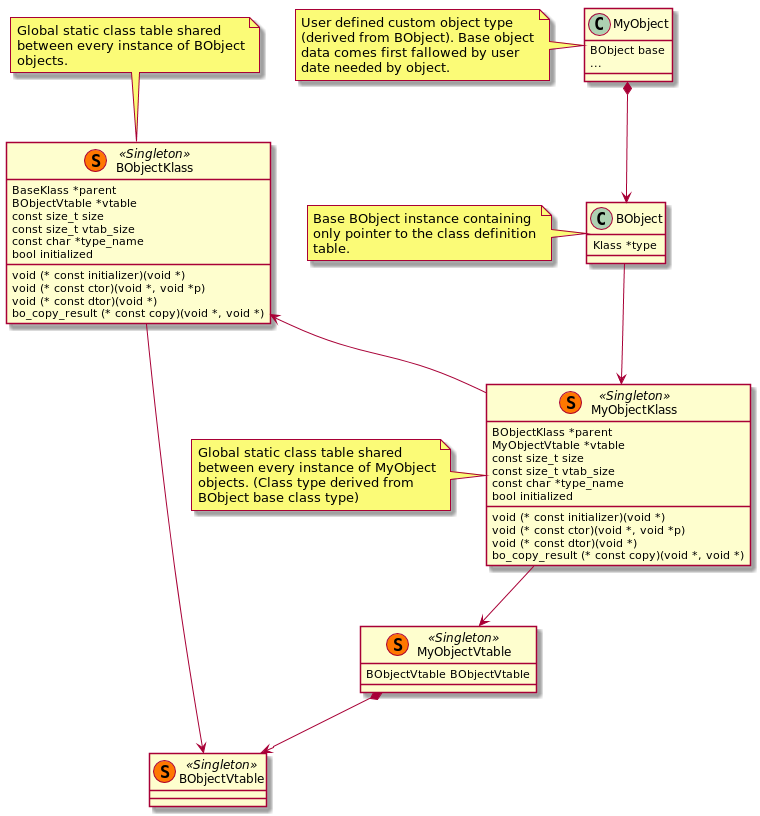
Earlier version of the PlantUML export pics/bobject.png (travisdoor/travis.github.io). Source of this version:
```plantuml
@startuml

class BObjectKlass << (S,#FF7700) Singleton >> {
  BaseKlass *parent
  BObjectVtable *vtable
  const size_t size
  const size_t vtab_size
  const char *type_name
  bool initialized
  void (* const initializer)(void *)
  void (* const ctor)(void *, void *p)
  void (* const dtor)(void *)
  bo_copy_result (* const copy)(void *, void *)
}

class BObjectVtable << (S,#FF7700) Singleton >>

class MyObjectKlass << (S,#FF7700) Singleton >> {
  BObjectKlass *parent
  MyObjectVtable *vtable
  const size_t size
  const size_t vtab_size
  const char *type_name
  bool initialized
  void (* const initializer)(void *)
  void (* const ctor)(void *, void *p)
  void (* const dtor)(void *)
  bo_copy_result (* const copy)(void *, void *)
}

class MyObjectVtable << (S,#FF7700) Singleton >> {
  BObjectVtable BObjectVtable
}

class BObject {
  Klass *type
}

class MyObject {
  BObject base
  ...
}

BObjectKlass --> BObjectVtable
MyObjectKlass --> MyObjectVtable
BObjectKlass <-- MyObjectKlass
MyObjectVtable *--> BObjectVtable
BObject --> MyObjectKlass
MyObject *--> BObject

note top of BObjectKlass
  Global static class table shared
  between every instance of BObject
  objects.
end note

note left of MyObjectKlass
  Global static class table shared
  between every instance of MyObject
  objects. (Class type derived from
  BObject base class type)
end note

note left of BObject
  Base BObject instance containing
  only pointer to the class definition
  table.
end note

note left of MyObject
  User defined custom object type
  (derived from BObject). Base object
  data comes first fallowed by user
  date needed by object.
end note
@enduml
```
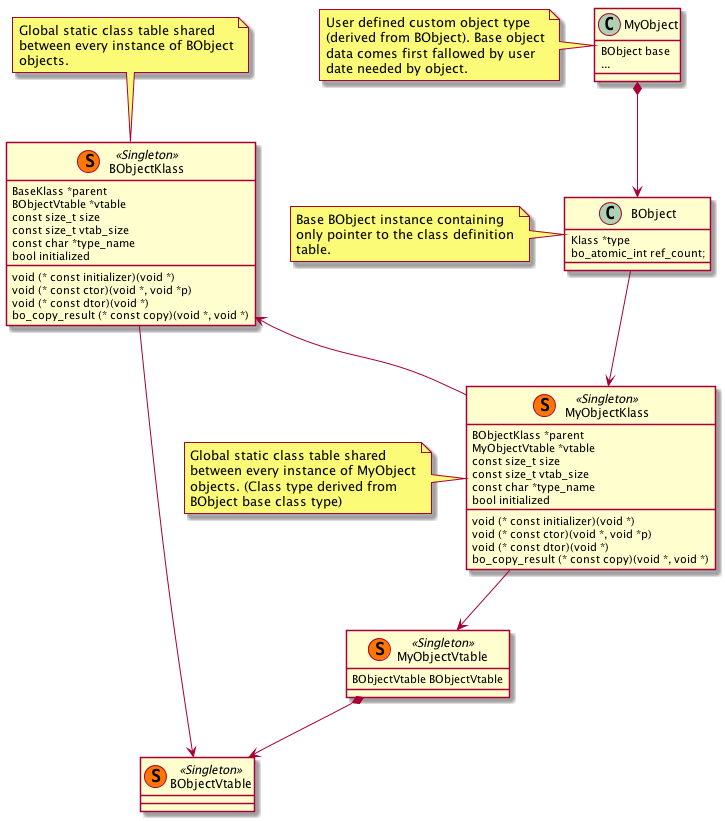
Above is the later version.

What changed in the source:
```diff
@@ -34,6 +34,7 @@
 
 class BObject {
   Klass *type
+  bo_atomic_int ref_count;
 }
 
 class MyObject {
```
